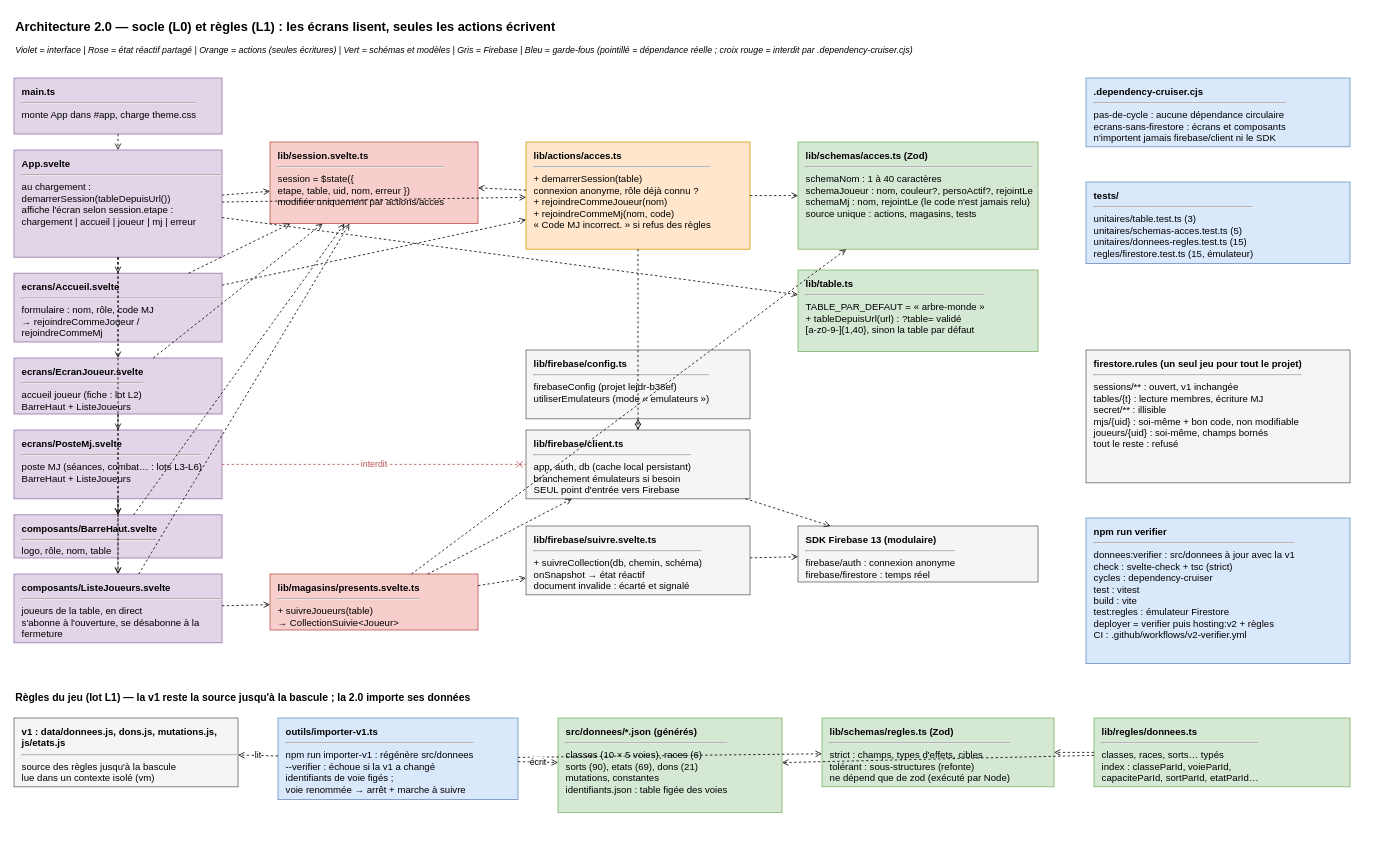
Above: page "Architecture 2.0 - modules du socle" (1 of 2) of docs/architecture-v2.drawio in bazfar/cof-compagno (draw.io), before the change. Source tidied: cells renumbered, new cells numbered last; positions are measured from the earlier drawing's top-left corner, leaving out a move shared by most shapes. Both pictures are drawn from the tidied source at 80%, with x=0, y=0 at pixel (14, 14).
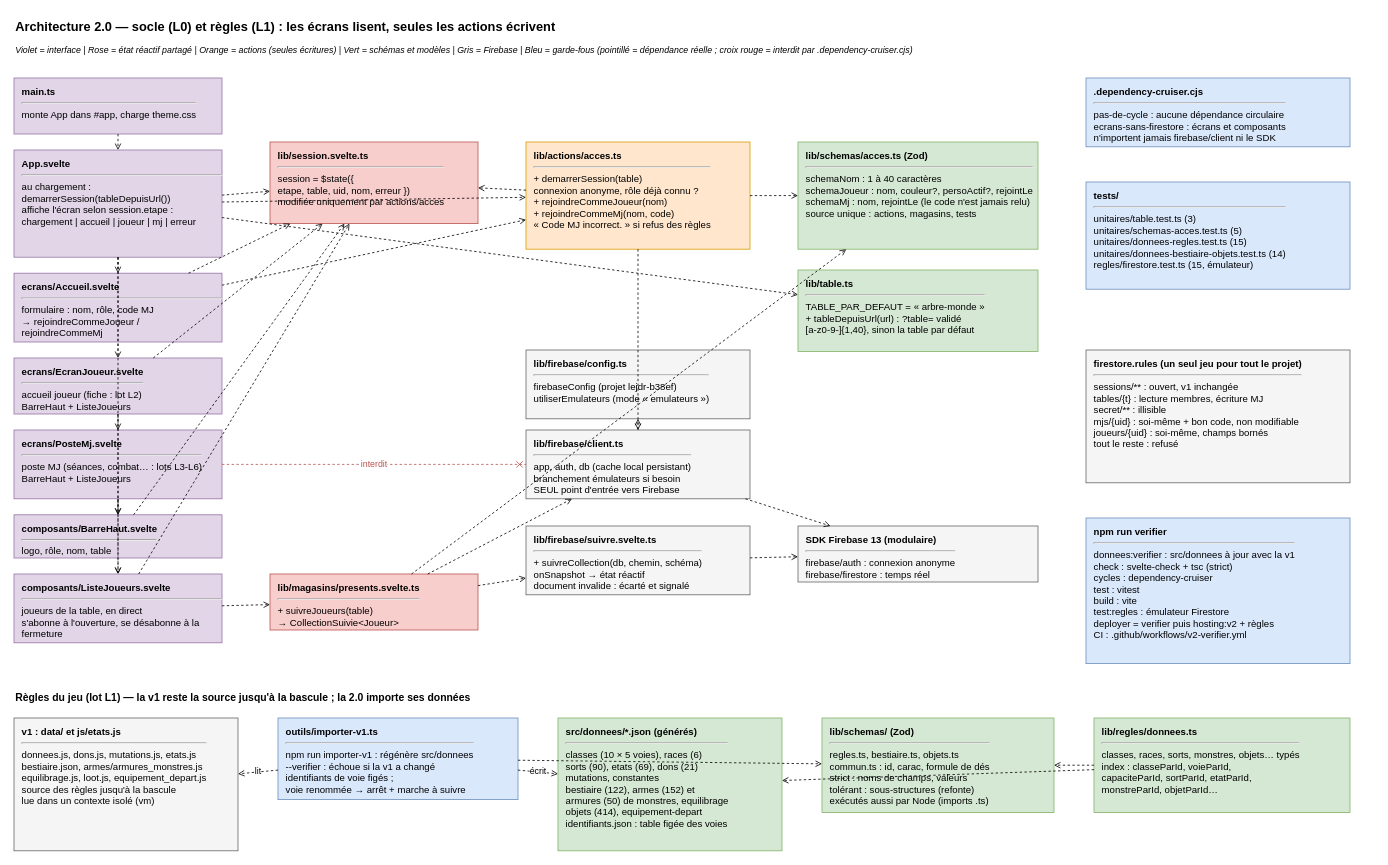
After the change.

The edit, as a diff of the source:
```diff
@@
-    <mxCell id="22" value="&lt;b&gt;tests/&lt;/b&gt;&lt;hr&gt;unitaires/table.test.ts (3)&lt;br&gt;unitaires/schemas-acces.test.ts (5)&lt;br&gt;unitaires/donnees-regles.test.ts (15)&lt;br&gt;regles/firestore.test.ts (15, émulateur)" style="rounded=0;whiteSpace=wrap;html=1;align=left;verticalAlign=top;spacingLeft=8;spacingTop=4;fillColor=#dae8fc;strokeColor=#6c8ebf;" parent="1" vertex="1">
-      <mxGeometry x="1340" y="210" width="330" height="102" as="geometry" />
+    <mxCell id="22" value="&lt;b&gt;tests/&lt;/b&gt;&lt;hr&gt;unitaires/table.test.ts (3)&lt;br&gt;unitaires/schemas-acces.test.ts (5)&lt;br&gt;unitaires/donnees-regles.test.ts (15)&lt;br&gt;unitaires/donnees-bestiaire-objets.test.ts (14)&lt;br&gt;regles/firestore.test.ts (15, émulateur)" style="rounded=0;whiteSpace=wrap;html=1;align=left;verticalAlign=top;spacingLeft=8;spacingTop=4;fillColor=#dae8fc;strokeColor=#6c8ebf;" parent="1" vertex="1">
+      <mxGeometry x="1340" y="210" width="330" height="134" as="geometry" />
     </mxCell>
@@
-    <mxCell id="25" value="&lt;b&gt;v1 : data/donnees.js, dons.js, mutations.js, js/etats.js&lt;/b&gt;&lt;hr&gt;source des règles jusqu'à la bascule&lt;br&gt;lue dans un contexte isolé (vm)" style="rounded=0;whiteSpace=wrap;html=1;align=left;verticalAlign=top;spacingLeft=8;spacingTop=4;fillColor=#f5f5f5;strokeColor=#666666;" parent="1" vertex="1">
-      <mxGeometry y="880" width="280" height="86" as="geometry" />
+    <mxCell id="25" value="&lt;b&gt;v1 : data/ et js/etats.js&lt;/b&gt;&lt;hr&gt;donnees.js, dons.js, mutations.js, etats.js&lt;br&gt;bestiaire.json, armes/armures_monstres.js&lt;br&gt;equilibrage.js, loot.js, equipement_depart.js&lt;br&gt;source des règles jusqu'à la bascule&lt;br&gt;lue dans un contexte isolé (vm)" style="rounded=0;whiteSpace=wrap;html=1;align=left;verticalAlign=top;spacingLeft=8;spacingTop=4;fillColor=#f5f5f5;strokeColor=#666666;" parent="1" vertex="1">
+      <mxGeometry y="880" width="280" height="166" as="geometry" />
     </mxCell>
@@
-    <mxCell id="27" value="&lt;b&gt;src/donnees/*.json  (générés)&lt;/b&gt;&lt;hr&gt;classes (10 × 5 voies), races (6)&lt;br&gt;sorts (90), etats (69), dons (21)&lt;br&gt;mutations, constantes&lt;br&gt;identifiants.json : table figée des voies" style="rounded=0;whiteSpace=wrap;html=1;align=left;verticalAlign=top;spacingLeft=8;spacingTop=4;fillColor=#d5e8d4;strokeColor=#82b366;" parent="1" vertex="1">
-      <mxGeometry x="680" y="880" width="280" height="118" as="geometry" />
+    <mxCell id="27" value="&lt;b&gt;src/donnees/*.json  (générés)&lt;/b&gt;&lt;hr&gt;classes (10 × 5 voies), races (6)&lt;br&gt;sorts (90), etats (69), dons (21)&lt;br&gt;mutations, constantes&lt;br&gt;bestiaire (122), armes (152) et&lt;br&gt;armures (50) de monstres, equilibrage&lt;br&gt;objets (414), equipement-depart&lt;br&gt;identifiants.json : table figée des voies" style="rounded=0;whiteSpace=wrap;html=1;align=left;verticalAlign=top;spacingLeft=8;spacingTop=4;fillColor=#d5e8d4;strokeColor=#82b366;" parent="1" vertex="1">
+      <mxGeometry x="680" y="880" width="280" height="166" as="geometry" />
     </mxCell>
-    <mxCell id="28" value="&lt;b&gt;lib/schemas/regles.ts  (Zod)&lt;/b&gt;&lt;hr&gt;strict : champs, types d'effets, cibles&lt;br&gt;tolérant : sous-structures (refonte)&lt;br&gt;ne dépend que de zod (exécuté par Node)" style="rounded=0;whiteSpace=wrap;html=1;align=left;verticalAlign=top;spacingLeft=8;spacingTop=4;fillColor=#d5e8d4;strokeColor=#82b366;" parent="1" vertex="1">
-      <mxGeometry x="1010" y="880" width="290" height="86" as="geometry" />
+    <mxCell id="28" value="&lt;b&gt;lib/schemas/  (Zod)&lt;/b&gt;&lt;hr&gt;regles.ts, bestiaire.ts, objets.ts&lt;br&gt;commun.ts : id, carac, formule de dés&lt;br&gt;strict : noms de champs, valeurs&lt;br&gt;tolérant : sous-structures (refonte)&lt;br&gt;exécutés aussi par Node (imports .ts)" style="rounded=0;whiteSpace=wrap;html=1;align=left;verticalAlign=top;spacingLeft=8;spacingTop=4;fillColor=#d5e8d4;strokeColor=#82b366;" parent="1" vertex="1">
+      <mxGeometry x="1010" y="880" width="290" height="118" as="geometry" />
     </mxCell>
-    <mxCell id="29" value="&lt;b&gt;lib/regles/donnees.ts&lt;/b&gt;&lt;hr&gt;classes, races, sorts… typés&lt;br&gt;index : classeParId, voieParId,&lt;br&gt;capaciteParId, sortParId, etatParId…" style="rounded=0;whiteSpace=wrap;html=1;align=left;verticalAlign=top;spacingLeft=8;spacingTop=4;fillColor=#d5e8d4;strokeColor=#82b366;" parent="1" vertex="1">
-      <mxGeometry x="1350" y="880" width="320" height="86" as="geometry" />
+    <mxCell id="29" value="&lt;b&gt;lib/regles/donnees.ts&lt;/b&gt;&lt;hr&gt;classes, races, sorts, monstres, objets… typés&lt;br&gt;index : classeParId, voieParId,&lt;br&gt;capaciteParId, sortParId, etatParId,&lt;br&gt;monstreParId, objetParId…" style="rounded=0;whiteSpace=wrap;html=1;align=left;verticalAlign=top;spacingLeft=8;spacingTop=4;fillColor=#d5e8d4;strokeColor=#82b366;" parent="1" vertex="1">
+      <mxGeometry x="1350" y="880" width="320" height="118" as="geometry" />
     </mxCell>
```
